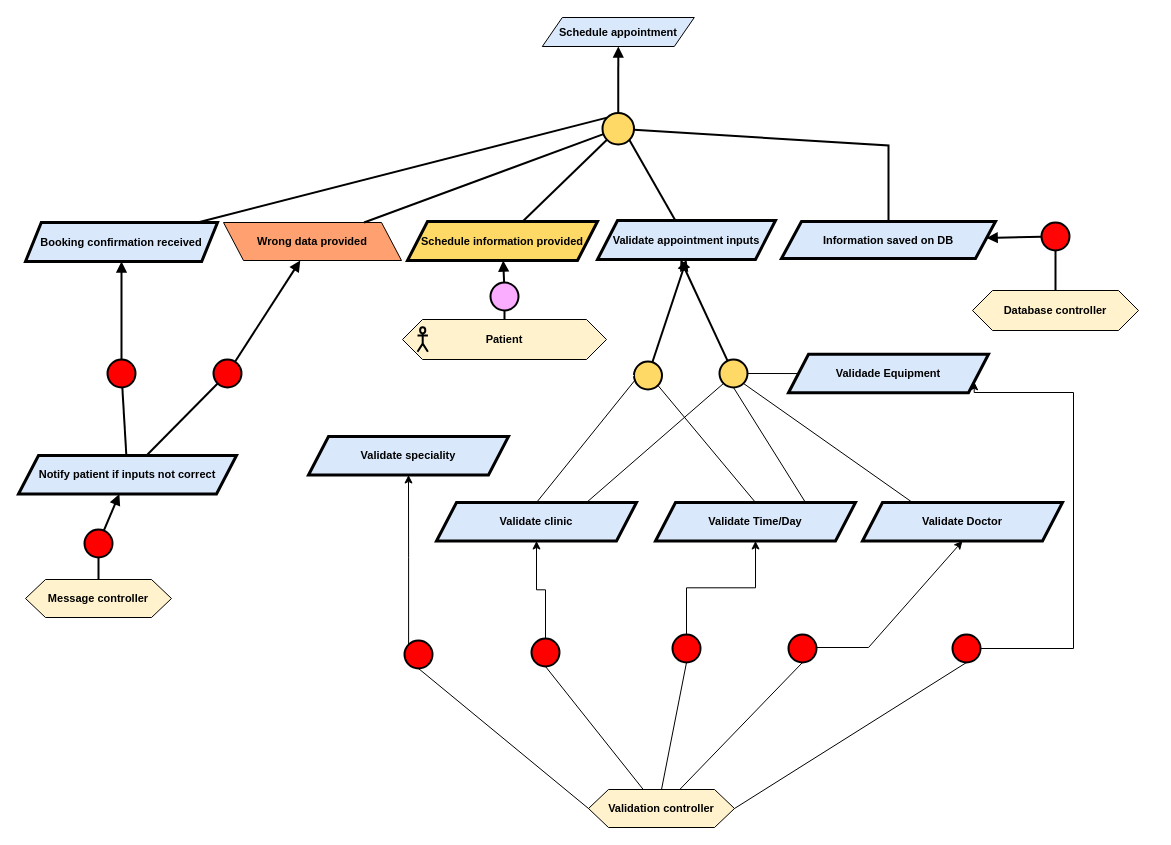
RafaelCMira/myclinic-msp-project keeps this draw.io diagram as Kaos/KAOS 4.drawio. Above is the earlier version. Source tidied: cells renumbered, new cells numbered last; positions are measured from the earlier drawing's top-left corner, leaving out a move shared by most shapes. Both pictures are drawn from the tidied source at 100%, with x=0, y=0 at pixel (18, 17).
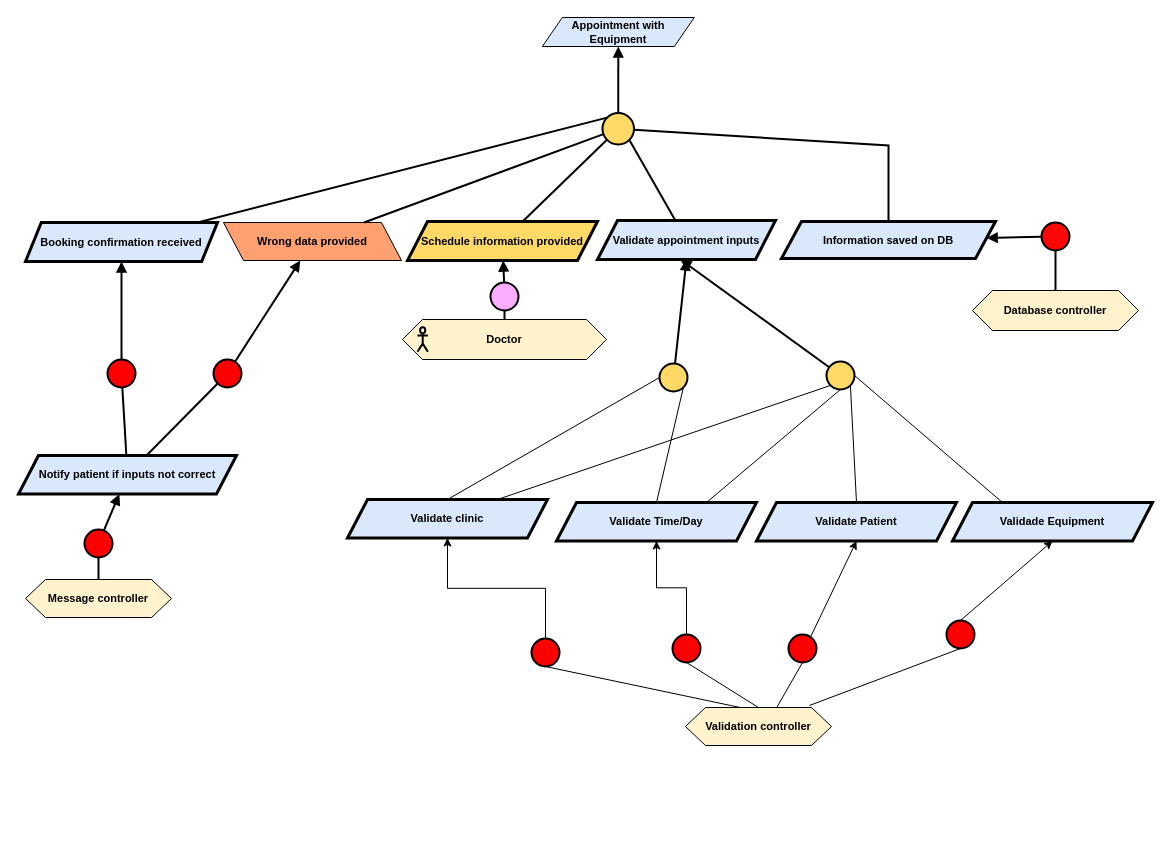
After the change.

Commit message:
Small correction on Kaos 4

Unchanged cells that the change refers to:
```xml
<mxCell id="8" style="group;fontFamily=Helvetica;fontSize=11;fontColor=default;labelBackgroundColor=default;" parent="1" vertex="1">
  <mxGeometry x="384" y="302" width="204" height="40" as="geometry" />
</mxCell>
<mxCell id="54" style="ellipse;whiteSpace=wrap;html=1;fillColor=#FF0000;strokeWidth=2;" parent="1" vertex="1">
  <mxGeometry x="770" y="617" width="28" height="28" as="geometry" />
</mxCell>
```

Diff of the diagram source:
```diff
@@
-    <mxCell id="2" value="&lt;b&gt;Schedule appointment&lt;/b&gt;" style="shape=parallelogram;perimeter=parallelogramPerimeter;whiteSpace=wrap;html=1;fixedSize=1;fillColor=#dae8fc;strokeColor=#000000;fontFamily=Helvetica;fontSize=11;fontColor=default;labelBackgroundColor=none;" parent="1" vertex="1">
+    <mxCell id="2" value="&lt;b&gt;Appointment with Equipment&lt;/b&gt;" style="shape=parallelogram;perimeter=parallelogramPerimeter;whiteSpace=wrap;html=1;fixedSize=1;fillColor=#dae8fc;strokeColor=#000000;fontFamily=Helvetica;fontSize=11;fontColor=default;labelBackgroundColor=none;" parent="1" vertex="1">
       <mxGeometry x="523.8" width="152" height="29" as="geometry" />
     </mxCell>
     <mxCell id="3" value="&lt;div&gt;&lt;b&gt;Validation controller&lt;/b&gt;&lt;/div&gt;" style="shape=hexagon;perimeter=hexagonPerimeter2;whiteSpace=wrap;html=1;fixedSize=1;fillColor=#FFF2CC;fontFamily=Helvetica;fontSize=11;fontColor=default;labelBackgroundColor=none;" parent="1" vertex="1">
-      <mxGeometry x="570" y="772" width="146" height="38" as="geometry" />
+      <mxGeometry x="667" y="690" width="146" height="38" as="geometry" />
     </mxCell>
@@
-    <mxCell id="9" value="&lt;b&gt;Patient&lt;/b&gt;" style="shape=hexagon;perimeter=hexagonPerimeter2;whiteSpace=wrap;html=1;fixedSize=1;fillColor=#FFF2CC;fontFamily=Helvetica;fontSize=11;fontColor=default;labelBackgroundColor=none;" parent="8" vertex="1">
+    <mxCell id="9" value="&lt;b&gt;Doctor&lt;/b&gt;" style="shape=hexagon;perimeter=hexagonPerimeter2;whiteSpace=wrap;html=1;fixedSize=1;fillColor=#FFF2CC;fontFamily=Helvetica;fontSize=11;fontColor=default;labelBackgroundColor=none;" parent="8" vertex="1">
       <mxGeometry width="204" height="40" as="geometry" />
     </mxCell>
@@
-    <mxCell id="22" value="&lt;b&gt;Validate Doctor&lt;/b&gt;" style="shape=parallelogram;perimeter=parallelogramPerimeter;whiteSpace=wrap;html=1;fixedSize=1;fillColor=#dae8fc;strokeColor=#000000;strokeWidth=3;fontFamily=Helvetica;fontSize=11;fontColor=default;labelBackgroundColor=none;" parent="1" vertex="1">
-      <mxGeometry x="844" y="485" width="200" height="38.5" as="geometry" />
+    <mxCell id="22" value="&lt;b&gt;Validate Patient&lt;/b&gt;" style="shape=parallelogram;perimeter=parallelogramPerimeter;whiteSpace=wrap;html=1;fixedSize=1;fillColor=#dae8fc;strokeColor=#000000;strokeWidth=3;fontFamily=Helvetica;fontSize=11;fontColor=default;labelBackgroundColor=none;" parent="1" vertex="1">
+      <mxGeometry x="738" y="485" width="200" height="38.5" as="geometry" />
     </mxCell>
     <mxCell id="23" value="&lt;b&gt;Validate clinic&lt;/b&gt;" style="shape=parallelogram;perimeter=parallelogramPerimeter;whiteSpace=wrap;html=1;fixedSize=1;fillColor=#dae8fc;strokeColor=#000000;strokeWidth=3;fontFamily=Helvetica;fontSize=11;fontColor=default;labelBackgroundColor=none;" parent="1" vertex="1">
-      <mxGeometry x="418" y="485" width="200" height="38.5" as="geometry" />
+      <mxGeometry x="329" y="482" width="200" height="38.5" as="geometry" />
     </mxCell>
     <mxCell id="24" style="ellipse;whiteSpace=wrap;html=1;fillColor=#FFD966;strokeWidth=2;" parent="1" vertex="1">
-      <mxGeometry x="615.5" y="344" width="28" height="28" as="geometry" />
+      <mxGeometry x="641" y="346" width="28" height="28" as="geometry" />
     </mxCell>
     <mxCell id="25" value="&lt;b&gt;Validade Equipment&lt;/b&gt;" style="shape=parallelogram;perimeter=parallelogramPerimeter;whiteSpace=wrap;html=1;fixedSize=1;fillColor=#dae8fc;strokeColor=#000000;strokeWidth=3;fontFamily=Helvetica;fontSize=11;fontColor=default;labelBackgroundColor=none;" parent="1" vertex="1">
-      <mxGeometry x="770" y="336.8" width="200" height="38.5" as="geometry" />
+      <mxGeometry x="934" y="485" width="200" height="38.5" as="geometry" />
     </mxCell>
@@
-    <mxCell id="27" style="edgeStyle=orthogonalEdgeStyle;rounded=0;jettySize=auto;html=1;exitX=0;exitY=1;exitDx=0;exitDy=0;entryX=0.5;entryY=1;entryDx=0;entryDy=0;" parent="1" edge="1" source="28" target="67">
-      <mxGeometry relative="1" as="geometry" />
-    </mxCell>
-    <mxCell id="28" style="ellipse;whiteSpace=wrap;html=1;fillColor=#FF0000;strokeWidth=2;direction=south;" parent="1" vertex="1">
-      <mxGeometry x="386" y="623" width="28" height="28" as="geometry" />
-    </mxCell>
@@
-    <mxCell id="31" style="edgeStyle=orthogonalEdgeStyle;rounded=0;jettySize=auto;html=1;exitX=1;exitY=0.5;exitDx=0;exitDy=0;entryX=1;entryY=0.75;entryDx=0;entryDy=0;" parent="1" edge="1" source="32" target="25">
-      <mxGeometry relative="1" as="geometry">
-        <Array as="points">
-          <mxPoint x="1055" y="631" />
-          <mxPoint x="1055" y="375" />
-          <mxPoint x="956" y="375" />
-        </Array>
-      </mxGeometry>
-    </mxCell>
     <mxCell id="32" style="ellipse;whiteSpace=wrap;html=1;fillColor=#FF0000;strokeWidth=2;" parent="1" vertex="1">
-      <mxGeometry x="934" y="617" width="28" height="28" as="geometry" />
+      <mxGeometry x="928" y="603" width="28" height="28" as="geometry" />
     </mxCell>
@@
     <mxCell id="34" style="ellipse;whiteSpace=wrap;html=1;fillColor=#FFD966;strokeWidth=2;" parent="1" vertex="1">
-      <mxGeometry x="701" y="342" width="28" height="28" as="geometry" />
+      <mxGeometry x="808" y="344" width="28" height="28" as="geometry" />
     </mxCell>
@@
     <mxCell id="50" value="&lt;b&gt;Validate Time/Day&lt;/b&gt;" style="shape=parallelogram;perimeter=parallelogramPerimeter;whiteSpace=wrap;html=1;fixedSize=1;fillColor=#dae8fc;strokeColor=#000000;strokeWidth=3;fontFamily=Helvetica;fontSize=11;fontColor=default;labelBackgroundColor=none;" parent="1" vertex="1">
-      <mxGeometry x="637" y="485" width="200" height="38.5" as="geometry" />
+      <mxGeometry x="538" y="485" width="200" height="38.5" as="geometry" />
     </mxCell>
@@
     <mxCell id="53" style="endArrow=classic;html=1;rounded=0;entryX=0.5;entryY=1;entryDx=0;entryDy=0;" parent="1" edge="1" source="54" target="22">
       <mxGeometry relative="1" as="geometry">
         <Array as="points">
           <mxPoint x="787" y="630" />
-          <mxPoint x="850" y="630" />
         </Array>
       </mxGeometry>
     </mxCell>
@@
-    <mxCell id="55" style="endArrow=none;html=1;rounded=0;exitX=0;exitY=0.5;exitDx=0;exitDy=0;entryX=1;entryY=0.5;entryDx=0;entryDy=0;" parent="1" edge="1" source="3" target="28">
-      <mxGeometry relative="1" as="geometry" />
-    </mxCell>
@@
-    <mxCell id="59" style="endArrow=none;html=1;rounded=0;exitX=1;exitY=0.5;exitDx=0;exitDy=0;entryX=0.5;entryY=1;entryDx=0;entryDy=0;" parent="1" edge="1" source="3" target="32">
+    <mxCell id="59" style="endArrow=none;html=1;rounded=0;exitX=0.849;exitY=-0.053;exitDx=0;exitDy=0;entryX=0.5;entryY=1;entryDx=0;entryDy=0;exitPerimeter=0;" parent="1" edge="1" source="3" target="32">
       <mxGeometry relative="1" as="geometry" />
     </mxCell>
-    <mxCell id="60" style="endArrow=none;html=1;rounded=0;exitX=0.5;exitY=0;exitDx=0;exitDy=0;" parent="1" edge="1" source="23">
-      <mxGeometry relative="1" as="geometry">
-        <mxPoint x="617" y="362" as="targetPoint" />
-      </mxGeometry>
+    <mxCell id="60" style="endArrow=none;html=1;rounded=0;exitX=0.5;exitY=0;exitDx=0;exitDy=0;entryX=0;entryY=0.5;entryDx=0;entryDy=0;" parent="1" edge="1" source="23" target="24">
+      <mxGeometry relative="1" as="geometry" />
     </mxCell>
-    <mxCell id="61" style="endArrow=none;html=1;rounded=0;entryX=0;entryY=0.5;entryDx=0;entryDy=0;fillColor=#d80073;strokeColor=#ffffff;" parent="1" edge="1" source="67" target="24">
-      <mxGeometry relative="1" as="geometry" />
-    </mxCell>
@@
-    <mxCell id="65" style="endArrow=none;html=1;rounded=0;entryX=0.25;entryY=0;entryDx=0;entryDy=0;exitX=1;exitY=1;exitDx=0;exitDy=0;" parent="1" edge="1" source="34" target="22">
+    <mxCell id="65" style="endArrow=none;html=1;rounded=0;entryX=0.5;entryY=0;entryDx=0;entryDy=0;exitX=1;exitY=1;exitDx=0;exitDy=0;" parent="1" edge="1" source="34" target="22">
       <mxGeometry relative="1" as="geometry" />
     </mxCell>
-    <mxCell id="66" style="endArrow=none;html=1;rounded=0;entryX=0;entryY=0.5;entryDx=0;entryDy=0;exitX=1;exitY=0.5;exitDx=0;exitDy=0;" parent="1" edge="1" source="34" target="25">
+    <mxCell id="66" style="endArrow=none;html=1;rounded=0;entryX=0.25;entryY=0;entryDx=0;entryDy=0;exitX=1;exitY=0.5;exitDx=0;exitDy=0;" parent="1" edge="1" source="34" target="25">
       <mxGeometry relative="1" as="geometry" />
     </mxCell>
-    <mxCell id="67" value="&lt;b&gt;Validate speciality&lt;/b&gt;" style="shape=parallelogram;perimeter=parallelogramPerimeter;whiteSpace=wrap;html=1;fixedSize=1;fillColor=#dae8fc;strokeColor=#000000;strokeWidth=3;fontFamily=Helvetica;fontSize=11;fontColor=default;labelBackgroundColor=none;" parent="1" vertex="1">
-      <mxGeometry x="290" y="419" width="200" height="38.5" as="geometry" />
-    </mxCell>
+    <mxCell id="31" style="endArrow=classic;html=1;rounded=0;entryX=0.5;entryY=1;entryDx=0;entryDy=0;exitX=0.5;exitY=0;exitDx=0;exitDy=0;" parent="1" edge="1" source="32" target="25">
+      <mxGeometry relative="1" as="geometry" />
+    </mxCell>
```
